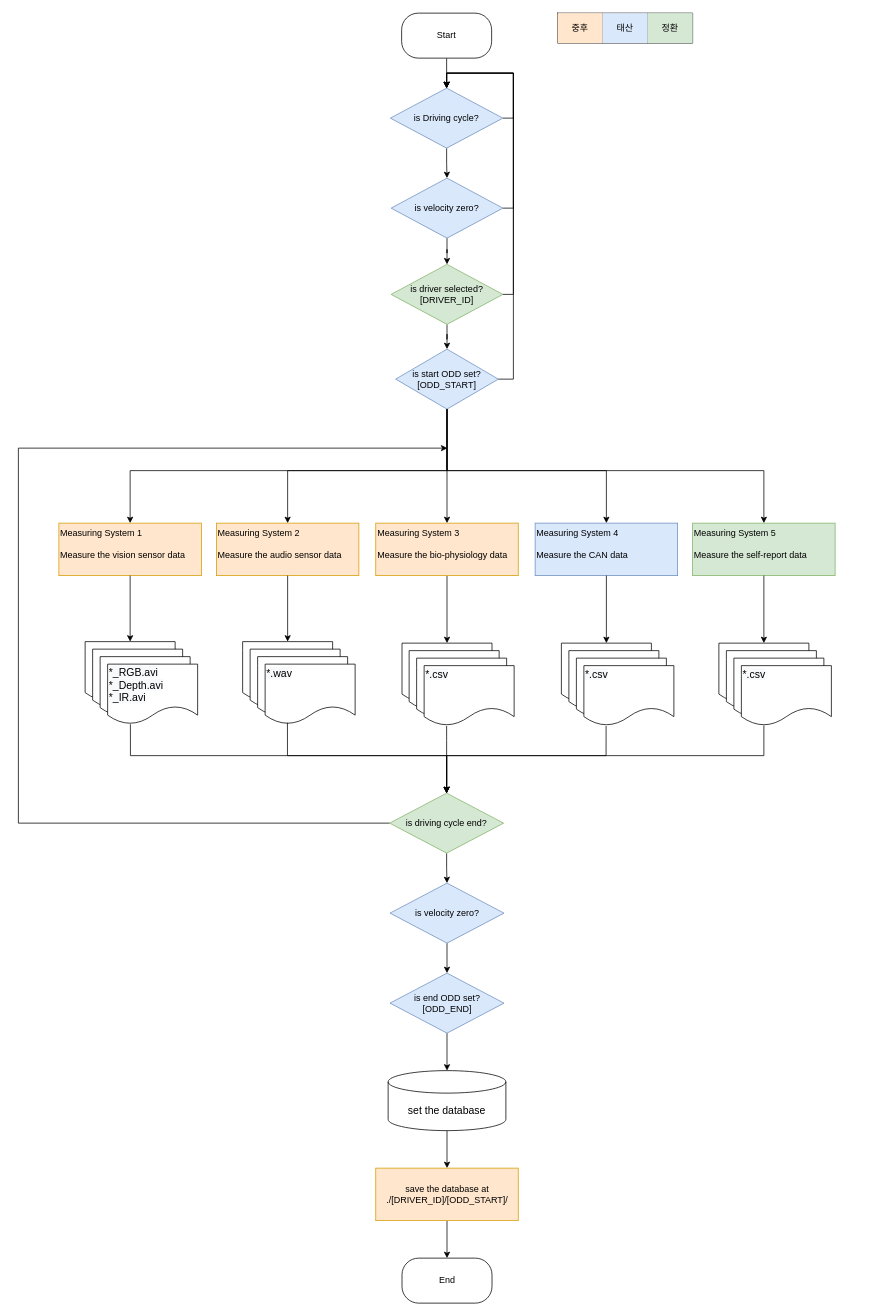
Above: SystemFlowDiagram.drawio in gsethan17/DMS (draw.io), before the change. Source tidied: cells renumbered, new cells numbered last; positions are measured from the earlier drawing's top-left corner, leaving out a move shared by most shapes. Both pictures are drawn from the tidied source at 75%, with x=0, y=0 at pixel (18, 13).
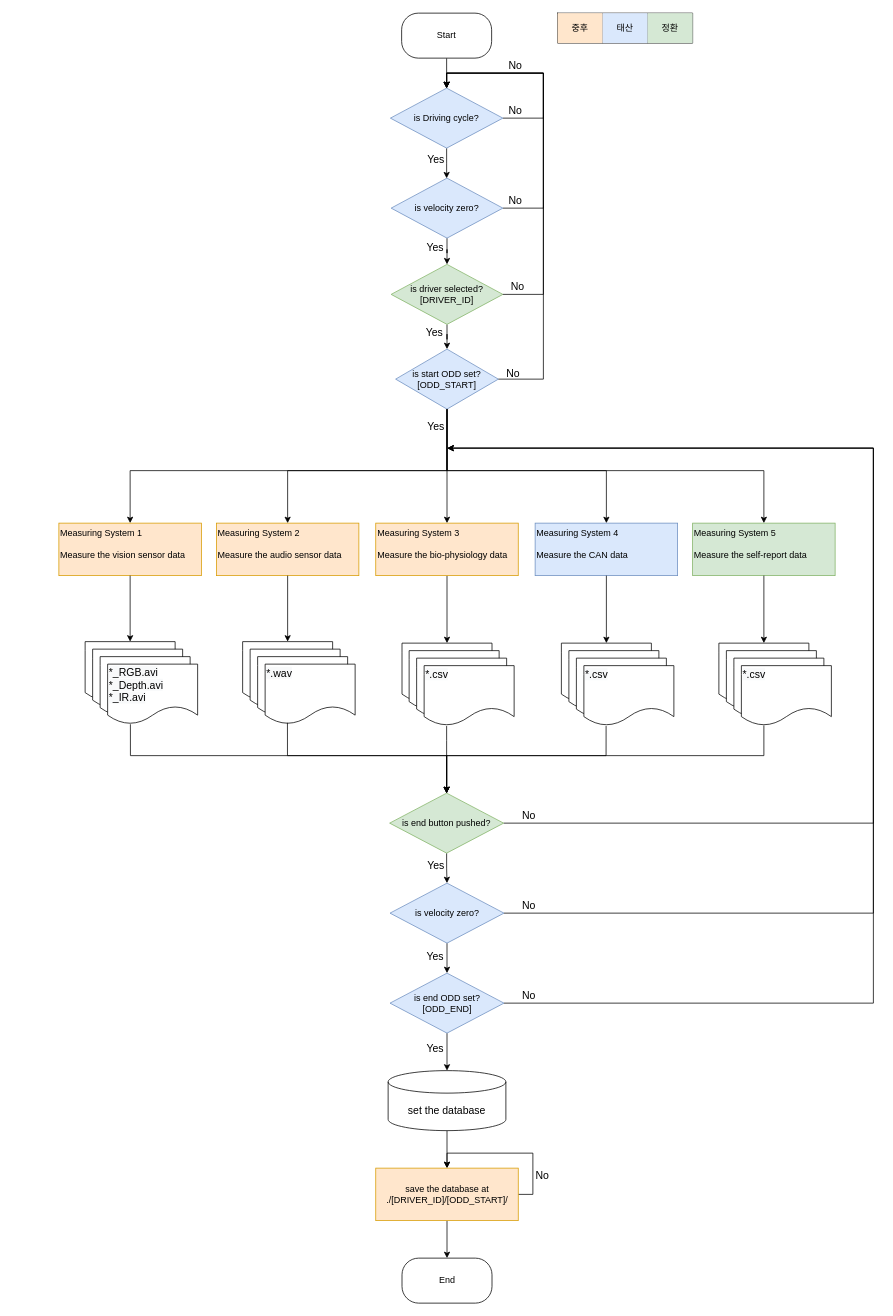
The same page after the edit.

Unchanged cells that the change refers to:
```xml
<mxCell id="6" value="is Driving cycle?" style="rhombus;whiteSpace=wrap;html=1;fillColor=#dae8fc;strokeColor=#6c8ebf;" parent="1" vertex="1">
  <mxGeometry x="496" y="100" width="150" height="80" as="geometry" />
</mxCell>
<mxCell id="9" value="is driver selected?&lt;br&gt;[DRIVER_ID]" style="rhombus;whiteSpace=wrap;html=1;fillColor=#d5e8d4;strokeColor=#82b366;" parent="1" vertex="1">
  <mxGeometry x="497" y="335" width="149" height="80" as="geometry" />
</mxCell>
<mxCell id="10" value="is start ODD set?&lt;br&gt;[ODD_START]" style="rhombus;whiteSpace=wrap;html=1;fillColor=#dae8fc;strokeColor=#6c8ebf;" parent="1" vertex="1">
  <mxGeometry x="503" y="448" width="137" height="80" as="geometry" />
</mxCell>
<mxCell id="14" value="is velocity zero?" style="rhombus;whiteSpace=wrap;html=1;fillColor=#dae8fc;strokeColor=#6c8ebf;" parent="1" vertex="1">
  <mxGeometry x="497" y="220" width="149" height="80" as="geometry" />
</mxCell>
<mxCell id="19" value="is end ODD set?&lt;br&gt;[ODD_END]" style="rhombus;whiteSpace=wrap;html=1;fillColor=#dae8fc;strokeColor=#6c8ebf;" parent="1" vertex="1">
  <mxGeometry x="495.5" y="1280" width="152" height="80" as="geometry" />
</mxCell>
<mxCell id="48" value="save the database at&lt;br&gt;./[DRIVER_ID]/[ODD_START]/" style="whiteSpace=wrap;html=1;align=center;verticalAlign=middle;fillColor=#ffe6cc;strokeColor=#d79b00;" parent="1" vertex="1">
  <mxGeometry x="476.5" y="1540" width="190" height="70" as="geometry" />
</mxCell>
<mxCell id="60" value="is velocity zero?" style="rhombus;whiteSpace=wrap;html=1;fillColor=#dae8fc;strokeColor=#6c8ebf;" parent="1" vertex="1">
  <mxGeometry x="495.5" y="1160" width="152" height="80" as="geometry" />
</mxCell>
```

Change to the diagram source:
```diff
@@
     <mxCell id="4" style="edgeStyle=orthogonalEdgeStyle;rounded=0;orthogonalLoop=1;jettySize=auto;html=1;exitX=1;exitY=0.5;exitDx=0;exitDy=0;fontSize=14;entryX=0.5;entryY=0;entryDx=0;entryDy=0;" parent="1" edge="1" source="6" target="6">
       <mxGeometry relative="1" as="geometry">
         <Array as="points">
-          <mxPoint x="660" y="140" />
-          <mxPoint x="660" y="80" />
+          <mxPoint x="700" y="140" />
+          <mxPoint x="700" y="80" />
           <mxPoint x="571" y="80" />
         </Array>
       </mxGeometry>
     </mxCell>
     <mxCell id="5" style="edgeStyle=orthogonalEdgeStyle;rounded=0;jettySize=auto;html=1;fontSize=14;" parent="1" edge="1" source="6" target="14">
-      <mxGeometry relative="1" as="geometry" />
+      <mxGeometry relative="1" as="geometry">
+        <Array as="points">
+          <mxPoint x="571" y="200" />
+          <mxPoint x="571" y="200" />
+        </Array>
+      </mxGeometry>
     </mxCell>
@@
     <mxCell id="13" style="edgeStyle=orthogonalEdgeStyle;rounded=0;jettySize=auto;html=1;fontSize=14;exitX=1;exitY=0.5;exitDx=0;exitDy=0;entryX=0.5;entryY=0;entryDx=0;entryDy=0;" parent="1" edge="1" source="14" target="6">
       <mxGeometry relative="1" as="geometry">
         <Array as="points">
-          <mxPoint x="660" y="260" />
-          <mxPoint x="660" y="80" />
+          <mxPoint x="700" y="260" />
+          <mxPoint x="700" y="80" />
           <mxPoint x="571" y="80" />
         </Array>
       </mxGeometry>
     </mxCell>
@@
-    <mxCell id="15" style="edgeStyle=orthogonalEdgeStyle;rounded=0;jettySize=auto;html=1;exitX=0;exitY=0.5;exitDx=0;exitDy=0;fontSize=14;" parent="1" edge="1" source="17">
+    <mxCell id="15" style="edgeStyle=orthogonalEdgeStyle;rounded=0;jettySize=auto;html=1;exitX=1;exitY=0.5;exitDx=0;exitDy=0;fontSize=14;" parent="1" edge="1" source="17">
       <mxGeometry relative="1" as="geometry">
         <mxPoint x="572" y="580" as="targetPoint" />
         <Array as="points">
-          <mxPoint y="1080" />
-          <mxPoint y="580" />
+          <mxPoint x="1140" y="1080" />
+          <mxPoint x="1140" y="580" />
         </Array>
       </mxGeometry>
     </mxCell>
@@
-    <mxCell id="17" value="is driving cycle end?" style="rhombus;whiteSpace=wrap;html=1;fillColor=#d5e8d4;strokeColor=#82b366;" parent="1" vertex="1">
+    <mxCell id="17" value="is end button pushed?" style="rhombus;whiteSpace=wrap;html=1;fillColor=#d5e8d4;strokeColor=#82b366;" parent="1" vertex="1">
       <mxGeometry x="495" y="1040" width="152" height="80" as="geometry" />
     </mxCell>
@@
+    <mxCell id="72" style="edgeStyle=orthogonalEdgeStyle;rounded=0;jettySize=auto;html=1;fontSize=14;exitX=1;exitY=0.5;exitDx=0;exitDy=0;" parent="1" edge="1" source="19">
+      <mxGeometry relative="1" as="geometry">
+        <mxPoint x="572" y="580" as="targetPoint" />
+        <Array as="points">
+          <mxPoint x="1140" y="1320" />
+          <mxPoint x="1140" y="580" />
+        </Array>
+      </mxGeometry>
+    </mxCell>
@@
+    <mxCell id="73" style="edgeStyle=orthogonalEdgeStyle;rounded=0;orthogonalLoop=1;jettySize=auto;html=1;fontSize=14;exitX=1;exitY=0.5;exitDx=0;exitDy=0;entryX=0.5;entryY=0;entryDx=0;entryDy=0;" parent="1" edge="1" source="48" target="48">
+      <mxGeometry relative="1" as="geometry">
+        <Array as="points">
+          <mxPoint x="686" y="1575" />
+          <mxPoint x="686" y="1520" />
+          <mxPoint x="572" y="1520" />
+        </Array>
+      </mxGeometry>
+    </mxCell>
@@
+    <mxCell id="74" style="edgeStyle=orthogonalEdgeStyle;rounded=0;jettySize=auto;html=1;fontSize=14;exitX=1;exitY=0.5;exitDx=0;exitDy=0;" parent="1" edge="1" source="60">
+      <mxGeometry relative="1" as="geometry">
+        <mxPoint x="572" y="580" as="targetPoint" />
+        <Array as="points">
+          <mxPoint x="1140" y="1200" />
+          <mxPoint x="1140" y="580" />
+        </Array>
+      </mxGeometry>
+    </mxCell>
@@
     <mxCell id="70" style="edgeStyle=orthogonalEdgeStyle;rounded=0;jettySize=auto;html=1;fontSize=14;exitX=1;exitY=0.5;exitDx=0;exitDy=0;entryX=0.5;entryY=0;entryDx=0;entryDy=0;" parent="1" edge="1" source="9" target="6">
       <mxGeometry relative="1" as="geometry">
         <Array as="points">
-          <mxPoint x="660" y="375" />
-          <mxPoint x="660" y="80" />
+          <mxPoint x="700" y="375" />
+          <mxPoint x="700" y="80" />
           <mxPoint x="571" y="80" />
         </Array>
       </mxGeometry>
     </mxCell>
     <mxCell id="71" style="edgeStyle=orthogonalEdgeStyle;rounded=0;jettySize=auto;html=1;fontSize=14;exitX=1;exitY=0.5;exitDx=0;exitDy=0;entryX=0.5;entryY=0;entryDx=0;entryDy=0;" parent="1" edge="1" source="10" target="6">
       <mxGeometry relative="1" as="geometry">
         <Array as="points">
-          <mxPoint x="660" y="488" />
-          <mxPoint x="660" y="80" />
+          <mxPoint x="700" y="488" />
+          <mxPoint x="700" y="80" />
           <mxPoint x="571" y="80" />
         </Array>
       </mxGeometry>
     </mxCell>
+    <mxCell id="75" value="Yes" style="text;html=1;strokeColor=none;fillColor=none;align=center;verticalAlign=middle;whiteSpace=wrap;rounded=0;fontSize=14;" parent="1" vertex="1">
+      <mxGeometry x="537" y="185" width="40" height="20" as="geometry" />
+    </mxCell>
+    <mxCell id="76" value="Yes" style="text;html=1;strokeColor=none;fillColor=none;align=center;verticalAlign=middle;whiteSpace=wrap;rounded=0;fontSize=14;" parent="1" vertex="1">
+      <mxGeometry x="536" y="303" width="40" height="20" as="geometry" />
+    </mxCell>
+    <mxCell id="77" value="Yes" style="text;html=1;strokeColor=none;fillColor=none;align=center;verticalAlign=middle;whiteSpace=wrap;rounded=0;fontSize=14;" parent="1" vertex="1">
+      <mxGeometry x="535" y="416" width="40" height="20" as="geometry" />
+    </mxCell>
+    <mxCell id="78" value="Yes" style="text;html=1;strokeColor=none;fillColor=none;align=center;verticalAlign=middle;whiteSpace=wrap;rounded=0;fontSize=14;" parent="1" vertex="1">
+      <mxGeometry x="537" y="541" width="40" height="20" as="geometry" />
+    </mxCell>
+    <mxCell id="79" value="Yes" style="text;html=1;strokeColor=none;fillColor=none;align=center;verticalAlign=middle;whiteSpace=wrap;rounded=0;fontSize=14;" parent="1" vertex="1">
+      <mxGeometry x="537" y="1126" width="40" height="20" as="geometry" />
+    </mxCell>
+    <mxCell id="80" value="Yes" style="text;html=1;strokeColor=none;fillColor=none;align=center;verticalAlign=middle;whiteSpace=wrap;rounded=0;fontSize=14;" parent="1" vertex="1">
+      <mxGeometry x="536" y="1248" width="40" height="20" as="geometry" />
+    </mxCell>
+    <mxCell id="81" value="Yes" style="text;html=1;strokeColor=none;fillColor=none;align=center;verticalAlign=middle;whiteSpace=wrap;rounded=0;fontSize=14;" parent="1" vertex="1">
+      <mxGeometry x="536" y="1371" width="40" height="20" as="geometry" />
+    </mxCell>
+    <mxCell id="82" value="No" style="text;html=1;strokeColor=none;fillColor=none;align=center;verticalAlign=middle;whiteSpace=wrap;rounded=0;fontSize=14;" parent="1" vertex="1">
+      <mxGeometry x="661" y="1300" width="40" height="20" as="geometry" />
+    </mxCell>
+    <mxCell id="83" value="No" style="text;html=1;strokeColor=none;fillColor=none;align=center;verticalAlign=middle;whiteSpace=wrap;rounded=0;fontSize=14;" parent="1" vertex="1">
+      <mxGeometry x="661" y="1180" width="40" height="20" as="geometry" />
+    </mxCell>
+    <mxCell id="84" value="No" style="text;html=1;strokeColor=none;fillColor=none;align=center;verticalAlign=middle;whiteSpace=wrap;rounded=0;fontSize=14;" parent="1" vertex="1">
+      <mxGeometry x="661" y="1060" width="40" height="20" as="geometry" />
+    </mxCell>
+    <mxCell id="85" value="No" style="text;html=1;strokeColor=none;fillColor=none;align=center;verticalAlign=middle;whiteSpace=wrap;rounded=0;fontSize=14;" parent="1" vertex="1">
+      <mxGeometry x="640" y="470" width="40" height="20" as="geometry" />
+    </mxCell>
+    <mxCell id="86" value="No" style="text;html=1;strokeColor=none;fillColor=none;align=center;verticalAlign=middle;whiteSpace=wrap;rounded=0;fontSize=14;" parent="1" vertex="1">
+      <mxGeometry x="646" y="355" width="40" height="20" as="geometry" />
+    </mxCell>
+    <mxCell id="87" value="No" style="text;html=1;strokeColor=none;fillColor=none;align=center;verticalAlign=middle;whiteSpace=wrap;rounded=0;fontSize=14;" parent="1" vertex="1">
+      <mxGeometry x="643" y="240" width="40" height="20" as="geometry" />
+    </mxCell>
+    <mxCell id="88" value="No" style="text;html=1;strokeColor=none;fillColor=none;align=center;verticalAlign=middle;whiteSpace=wrap;rounded=0;fontSize=14;" parent="1" vertex="1">
+      <mxGeometry x="643" y="120" width="40" height="20" as="geometry" />
+    </mxCell>
+    <mxCell id="89" value="No" style="text;html=1;strokeColor=none;fillColor=none;align=center;verticalAlign=middle;whiteSpace=wrap;rounded=0;fontSize=14;" parent="1" vertex="1">
+      <mxGeometry x="643" y="60" width="40" height="20" as="geometry" />
+    </mxCell>
+    <mxCell id="90" value="No" style="text;html=1;strokeColor=none;fillColor=none;align=center;verticalAlign=middle;whiteSpace=wrap;rounded=0;fontSize=14;" parent="1" vertex="1">
+      <mxGeometry x="679" y="1540" width="40" height="20" as="geometry" />
+    </mxCell>
```
